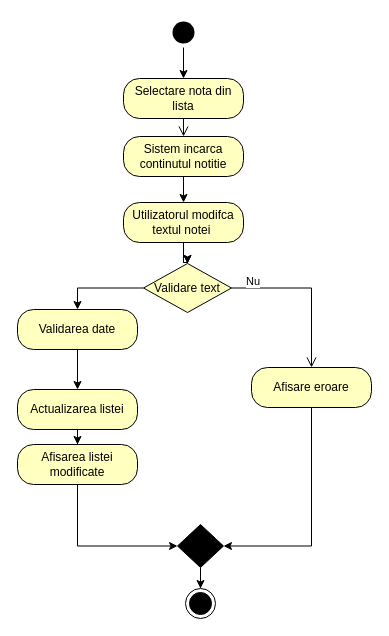
Before: acitiib.drawio in Mariuswarboss/Practica, a draw.io diagram. Source tidied: cells renumbered, new cells numbered last; positions are measured from the earlier drawing's top-left corner, leaving out a move shared by most shapes. Both pictures are drawn from the tidied source at 100%, with x=0, y=0 at pixel (17, 17).
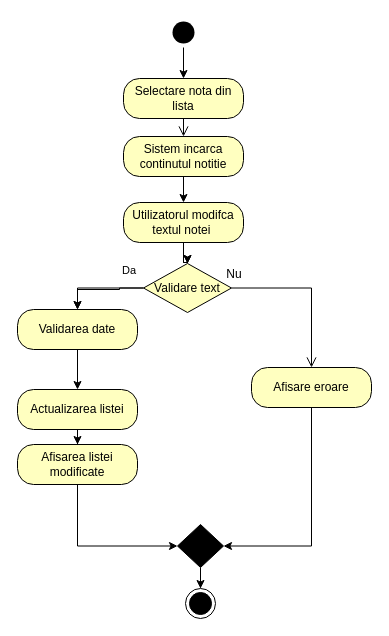
The same diagram, later.

Unchanged cells that the change refers to:
```xml
<mxCell id="12" value="Validare text" style="rhombus;whiteSpace=wrap;html=1;fontColor=#000000;fillColor=#ffffc0;strokeColor=default;" parent="1" vertex="1">
  <mxGeometry x="126" y="246" width="88" height="49" as="geometry" />
</mxCell>
<mxCell id="15" value="Validarea date" style="rounded=1;whiteSpace=wrap;html=1;arcSize=40;fontColor=#000000;fillColor=#ffffc0;strokeColor=default;" parent="1" vertex="1">
  <mxGeometry y="292" width="120" height="40" as="geometry" />
</mxCell>
<mxCell id="21" value="Afisare eroare" style="rounded=1;whiteSpace=wrap;html=1;arcSize=40;fontColor=#000000;fillColor=#ffffc0;strokeColor=default;" parent="1" vertex="1">
  <mxGeometry x="234" y="350" width="120" height="40" as="geometry" />
</mxCell>
```

Change to the diagram source:
```diff
@@
+    <mxCell id="25" style="edgeStyle=orthogonalEdgeStyle;rounded=0;jettySize=auto;html=1;exitX=0;exitY=0.5;exitDx=0;exitDy=0;entryX=0.5;entryY=0;entryDx=0;entryDy=0;" parent="1" edge="1" source="12" target="15">
+      <mxGeometry relative="1" as="geometry">
+        <Array as="points">
+          <mxPoint x="102" y="272" />
+          <mxPoint x="60" y="272" />
+        </Array>
+      </mxGeometry>
+    </mxCell>
@@
-    <mxCell id="13" value="Nu" style="edgeStyle=orthogonalEdgeStyle;html=1;align=left;verticalAlign=bottom;endArrow=open;endSize=8;strokeColor=default;rounded=0;exitX=1;exitY=0.5;exitDx=0;exitDy=0;" parent="1" edge="1" source="12" target="21">
-      <mxGeometry x="-0.84" y="-2" relative="1" as="geometry" />
+    <mxCell id="13" value="Da" style="edgeStyle=orthogonalEdgeStyle;html=1;align=left;verticalAlign=bottom;endArrow=open;endSize=8;strokeColor=default;rounded=0;exitX=1;exitY=0.5;exitDx=0;exitDy=0;" parent="1" edge="1" source="12" target="21">
+      <mxGeometry x="-1" y="111" relative="1" as="geometry">
+        <mxPoint x="-111" y="102" as="offset" />
+      </mxGeometry>
     </mxCell>
@@
+    <mxCell id="26" value="Nu" style="text;html=1;whiteSpace=wrap;strokeColor=none;fillColor=none;align=center;verticalAlign=middle;rounded=0;" parent="1" vertex="1">
+      <mxGeometry x="187" y="242" width="60" height="30" as="geometry" />
+    </mxCell>
```
